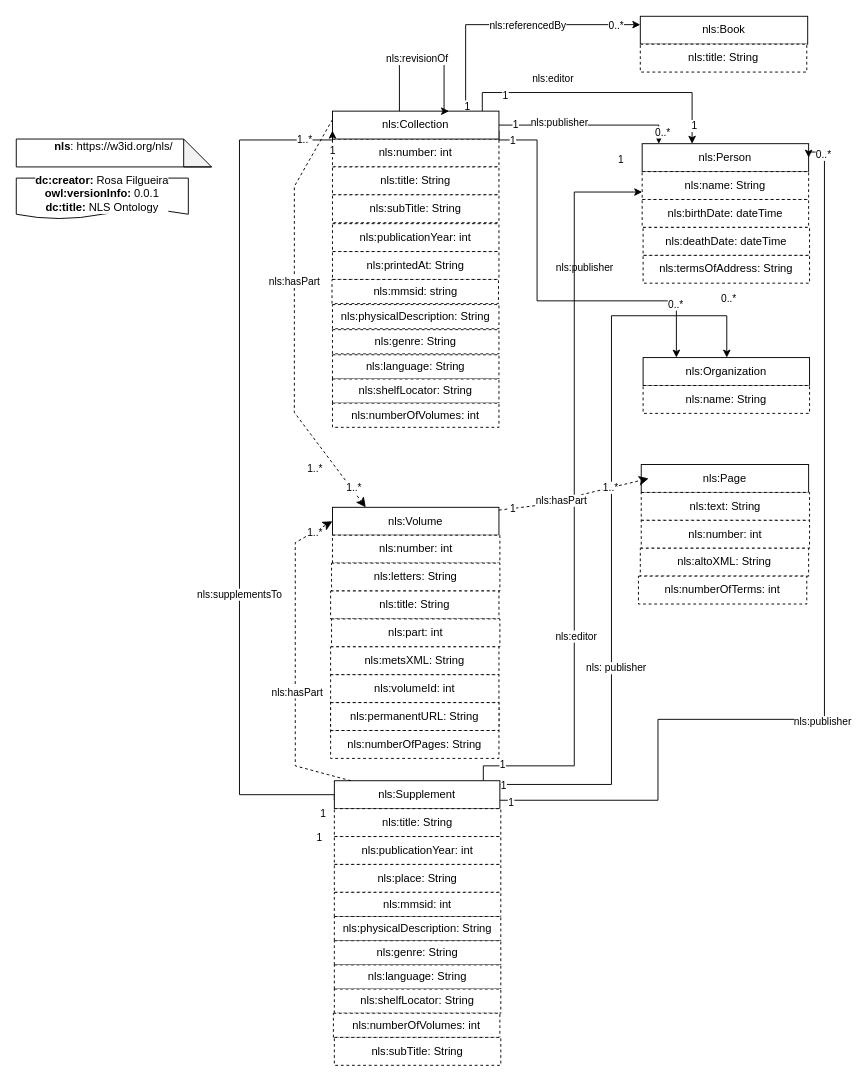
Before: nls.drawio in francesNLP/NLS-ontology, a draw.io diagram. Source tidied: cells renumbered, new cells numbered last; positions are measured from the earlier drawing's top-left corner, leaving out a move shared by most shapes. Both pictures are drawn from the tidied source at 93%, with x=0, y=0 at pixel (16, 16).
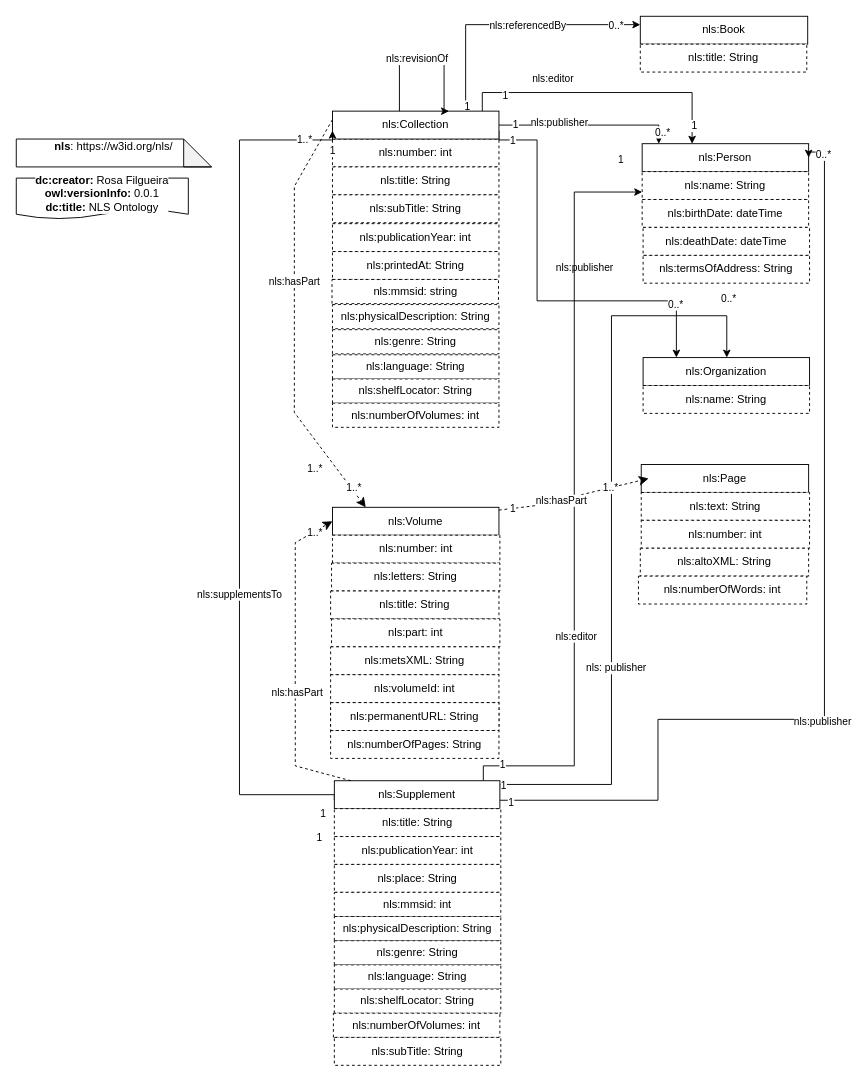
Above is the later version.

What changed in the source:
```diff
@@
-    <mxCell id="91" value="nls:numberOfTerms: int" style="rounded=0;whiteSpace=wrap;html=1;dashed=1;" parent="1" vertex="1">
+    <mxCell id="91" value="nls:numberOfWords: int" style="rounded=0;whiteSpace=wrap;html=1;dashed=1;" parent="1" vertex="1">
       <mxGeometry x="669" y="602" width="181" height="30" as="geometry" />
     </mxCell>
```
